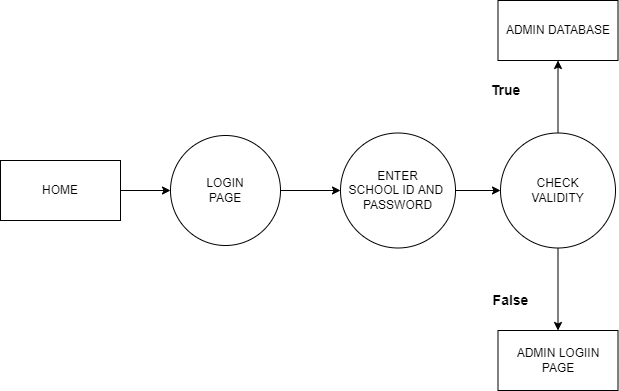
The draw.io diagram dataFlowDiagramForAdminLogin.drawio.png in Rahat-0/LMS-thesis, before a commit. Source tidied: cells renumbered, new cells last; positions are measured from the earlier drawing's top-left corner, leaving out a move shared by most shapes.
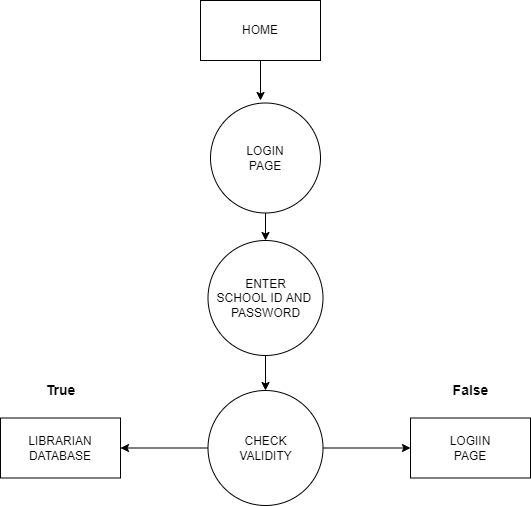
Later version of the same file.

The edit, as a diff of the source:
```diff
@@ -2,44 +2,46 @@
   <root>
     <mxCell id="0" />
     <mxCell id="1" parent="0" />
-    <mxCell id="2" style="edgeStyle=orthogonalEdgeStyle;rounded=0;jettySize=auto;html=1;entryX=0;entryY=0.5;entryDx=0;entryDy=0;" parent="1" edge="1" source="3" target="5">
-      <mxGeometry relative="1" as="geometry" />
-    </mxCell>
+    <mxCell id="15" style="edgeStyle=orthogonalEdgeStyle;rounded=0;jettySize=auto;html=1;" parent="1" edge="1" source="3">
+      <mxGeometry relative="1" as="geometry">
+        <mxPoint x="300" y="20" as="targetPoint" />
+      </mxGeometry>
+    </mxCell>
     <mxCell id="3" value="HOME" style="rounded=0;whiteSpace=wrap;html=1;" parent="1" vertex="1">
-      <mxGeometry y="160" width="120" height="60" as="geometry" />
+      <mxGeometry x="240" y="-80" width="120" height="60" as="geometry" />
     </mxCell>
-    <mxCell id="4" style="edgeStyle=orthogonalEdgeStyle;rounded=0;jettySize=auto;html=1;exitX=1;exitY=0.5;exitDx=0;exitDy=0;entryX=0;entryY=0.5;entryDx=0;entryDy=0;" parent="1" edge="1" source="5" target="7">
+    <mxCell id="4" style="edgeStyle=orthogonalEdgeStyle;rounded=0;jettySize=auto;html=1;entryX=0.5;entryY=0;entryDx=0;entryDy=0;" parent="1" edge="1" source="5" target="7">
       <mxGeometry relative="1" as="geometry" />
     </mxCell>
     <mxCell id="5" value="LOGIN&lt;br&gt;PAGE" style="ellipse;whiteSpace=wrap;html=1;" parent="1" vertex="1">
-      <mxGeometry x="170" y="135" width="110" height="110" as="geometry" />
+      <mxGeometry x="250" y="22.5" width="110" height="110" as="geometry" />
     </mxCell>
-    <mxCell id="6" style="edgeStyle=orthogonalEdgeStyle;rounded=0;jettySize=auto;html=1;exitX=1;exitY=0.5;exitDx=0;exitDy=0;entryX=0;entryY=0.5;entryDx=0;entryDy=0;" parent="1" edge="1" source="7" target="10">
+    <mxCell id="6" style="edgeStyle=orthogonalEdgeStyle;rounded=0;jettySize=auto;html=1;" parent="1" edge="1" source="7" target="10">
       <mxGeometry relative="1" as="geometry" />
     </mxCell>
     <mxCell id="7" value="ENTER&lt;br&gt;SCHOOL ID AND&amp;nbsp;&lt;br&gt;PASSWORD" style="ellipse;whiteSpace=wrap;html=1;" parent="1" vertex="1">
-      <mxGeometry x="340" y="132.5" width="115" height="115" as="geometry" />
+      <mxGeometry x="247.5" y="160" width="115" height="115" as="geometry" />
     </mxCell>
-    <mxCell id="8" style="edgeStyle=orthogonalEdgeStyle;rounded=0;jettySize=auto;html=1;entryX=0.5;entryY=1;entryDx=0;entryDy=0;" parent="1" edge="1" source="10" target="11">
+    <mxCell id="8" style="edgeStyle=orthogonalEdgeStyle;rounded=0;jettySize=auto;html=1;entryX=1;entryY=0.5;entryDx=0;entryDy=0;" parent="1" edge="1" source="10" target="11">
       <mxGeometry relative="1" as="geometry" />
     </mxCell>
-    <mxCell id="9" style="edgeStyle=orthogonalEdgeStyle;rounded=0;jettySize=auto;html=1;entryX=0.5;entryY=0;entryDx=0;entryDy=0;" parent="1" edge="1" source="10" target="12">
+    <mxCell id="9" style="edgeStyle=orthogonalEdgeStyle;rounded=0;jettySize=auto;html=1;entryX=0;entryY=0.5;entryDx=0;entryDy=0;" parent="1" edge="1" source="10" target="12">
       <mxGeometry relative="1" as="geometry" />
     </mxCell>
-    <mxCell id="10" value="CHECK&lt;br&gt;VALIDITY" style="ellipse;whiteSpace=wrap;html=1;" parent="1" vertex="1">
-      <mxGeometry x="500" y="132.5" width="115" height="115" as="geometry" />
+    <mxCell id="10" value="CHECK&lt;br&gt;VALIDITY" style="ellipse;whiteSpace=wrap;html=1;direction=south;" parent="1" vertex="1">
+      <mxGeometry x="247.5" y="310" width="115" height="115" as="geometry" />
     </mxCell>
-    <mxCell id="11" value="ADMIN DATABASE" style="rounded=0;whiteSpace=wrap;html=1;" parent="1" vertex="1">
-      <mxGeometry x="497.5" width="120" height="60" as="geometry" />
+    <mxCell id="11" value="LIBRARIAN DATABASE" style="rounded=0;whiteSpace=wrap;html=1;" parent="1" vertex="1">
+      <mxGeometry x="40" y="337.5" width="120" height="60" as="geometry" />
     </mxCell>
-    <mxCell id="12" value="ADMIN LOGIIN&lt;br&gt;PAGE" style="rounded=0;whiteSpace=wrap;html=1;" parent="1" vertex="1">
-      <mxGeometry x="497.5" y="330" width="120" height="60" as="geometry" />
+    <mxCell id="12" value="LOGIIN&lt;br&gt;PAGE" style="rounded=0;whiteSpace=wrap;html=1;" parent="1" vertex="1">
+      <mxGeometry x="450" y="337.5" width="120" height="60" as="geometry" />
     </mxCell>
     <mxCell id="13" value="&lt;font style=&quot;font-size: 14px&quot;&gt;&lt;b&gt;False&lt;/b&gt;&lt;/font&gt;" style="text;html=1;align=center;verticalAlign=middle;strokeColor=none;fillColor=none;" parent="1" vertex="1">
-      <mxGeometry x="485" y="290" width="50" height="20" as="geometry" />
+      <mxGeometry x="485" y="300" width="50" height="20" as="geometry" />
     </mxCell>
     <mxCell id="14" value="&lt;span style=&quot;font-size: 14px&quot;&gt;&lt;b&gt;True&lt;/b&gt;&lt;/span&gt;" style="text;html=1;align=center;verticalAlign=middle;strokeColor=none;fillColor=none;" parent="1" vertex="1">
-      <mxGeometry x="480" y="80" width="50" height="20" as="geometry" />
+      <mxGeometry x="75" y="300" width="50" height="20" as="geometry" />
     </mxCell>
   </root>
 </mxGraphModel>
```
